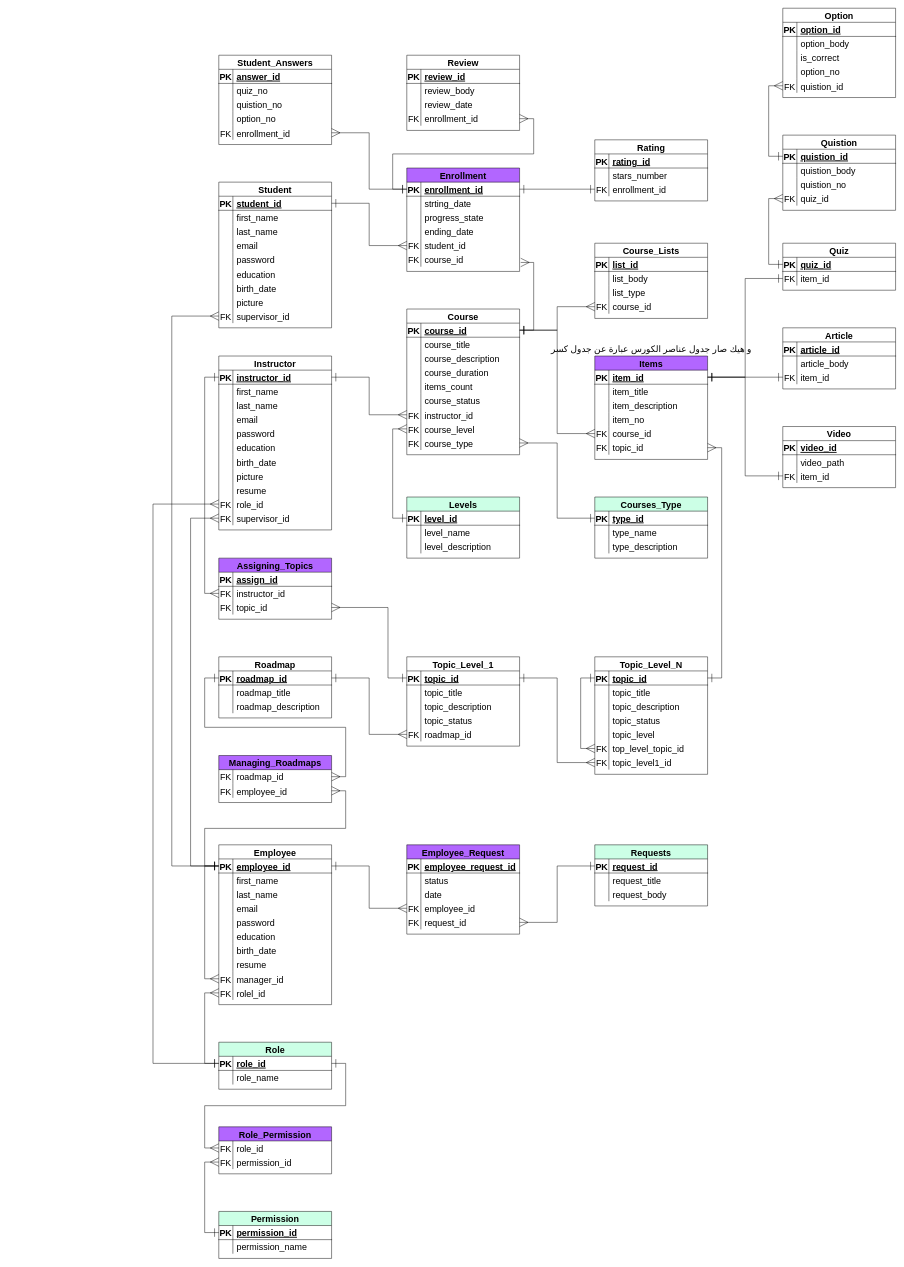
Above: roadmap platform erd.drawio in YAMANX8/UML (draw.io), before the change. Source tidied: cells renumbered, new cells numbered last; positions are measured from the earlier drawing's top-left corner, leaving out a move shared by most shapes. Both pictures are drawn from the tidied source at 47%, with x=0, y=0 at pixel (153, 8).
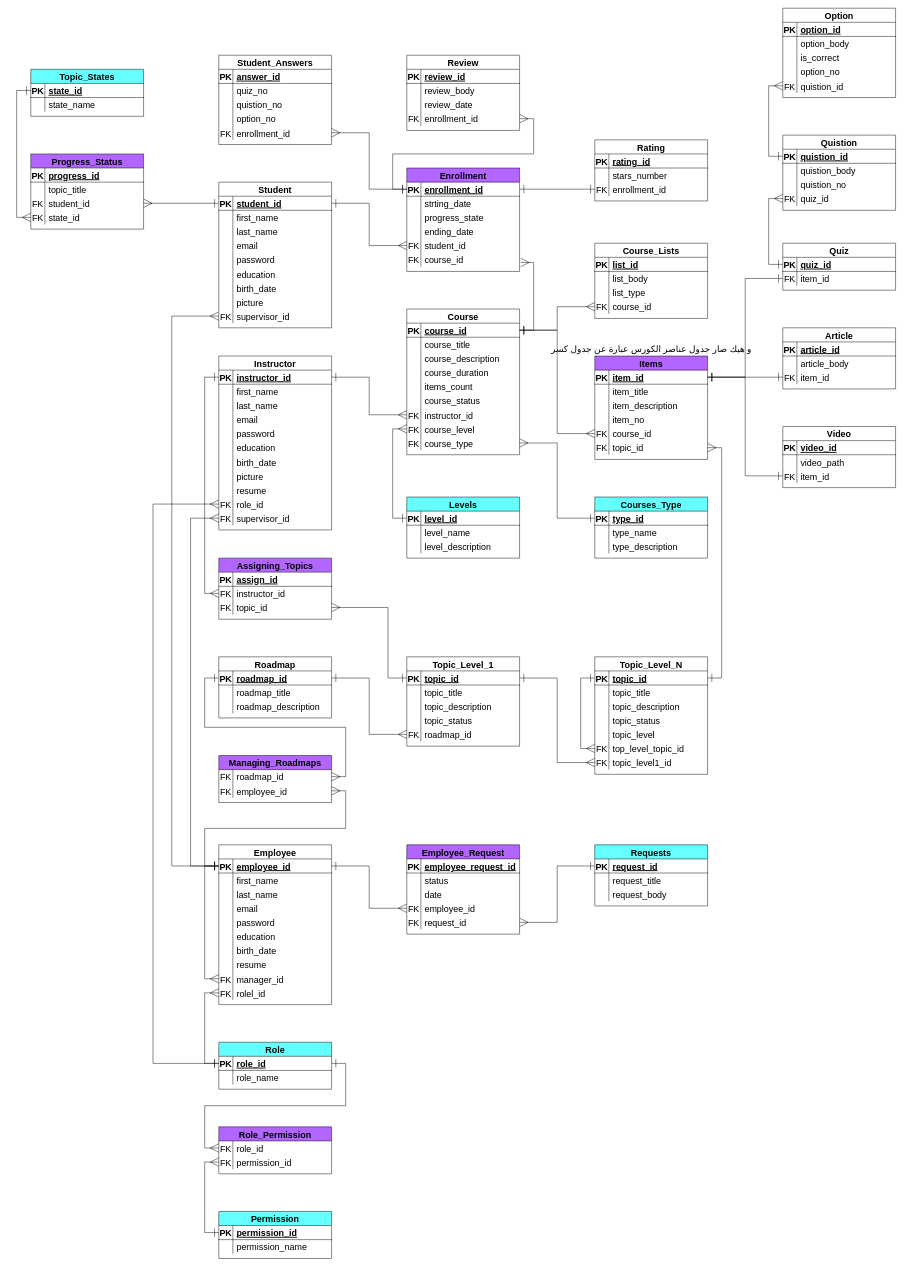
Above is the later version.

Unchanged cells that the change refers to:
```xml
<mxCell id="52" style="shape=partialRectangle;fillColor=none;points=[[0,0.5],[1,0.5]];portConstraint=eastwest;top=0;left=0;right=0;bottom=1;fontSize=19;" parent="51" vertex="1">
  <mxGeometry y="30" width="240" height="30" as="geometry" />
</mxCell>
```

Change to the diagram source:
```diff
@@
-    <mxCell id="123" value="Levels" style="shape=table;startSize=30;childLayout=tableLayout;rowLines=0;fontStyle=1;align=center;fillColor=#CCFFE6;fontSize=19;" parent="1" vertex="1">
+    <mxCell id="123" value="Levels" style="shape=table;startSize=30;childLayout=tableLayout;rowLines=0;fontStyle=1;align=center;fillColor=#66FFFF;fontSize=19;" parent="1" vertex="1">
       <mxGeometry x="540" y="1040" width="240" height="130" as="geometry" />
     </mxCell>
@@
-    <mxCell id="134" value="Courses_Type" style="shape=table;startSize=30;childLayout=tableLayout;rowLines=0;fontStyle=1;align=center;fillColor=#CCFFE6;fontSize=19;" parent="1" vertex="1">
+    <mxCell id="134" value="Courses_Type" style="shape=table;startSize=30;childLayout=tableLayout;rowLines=0;fontStyle=1;align=center;fillColor=#66FFFF;fontSize=19;" parent="1" vertex="1">
       <mxGeometry x="940" y="1040" width="240" height="130" as="geometry" />
     </mxCell>
@@
-    <mxCell id="370" value="Role" style="shape=table;startSize=30;childLayout=tableLayout;rowLines=0;fontStyle=1;align=center;fillColor=#CCFFE6;fontSize=19;" parent="1" vertex="1">
+    <mxCell id="370" value="Role" style="shape=table;startSize=30;childLayout=tableLayout;rowLines=0;fontStyle=1;align=center;fillColor=#66FFFF;fontSize=19;" parent="1" vertex="1">
       <mxGeometry x="140" y="2200" width="240" height="100" as="geometry" />
     </mxCell>
@@
-    <mxCell id="377" value="Permission" style="shape=table;startSize=30;childLayout=tableLayout;rowLines=0;fontStyle=1;align=center;fillColor=#CCFFE6;fontSize=19;" parent="1" vertex="1">
+    <mxCell id="377" value="Permission" style="shape=table;startSize=30;childLayout=tableLayout;rowLines=0;fontStyle=1;align=center;fillColor=#66FFFF;fontSize=19;" parent="1" vertex="1">
       <mxGeometry x="140" y="2560" width="240" height="100" as="geometry" />
     </mxCell>
@@
-    <mxCell id="410" value="Requests" style="shape=table;startSize=30;childLayout=tableLayout;rowLines=0;fontStyle=1;align=center;fillColor=#CCFFE6;fontSize=19;" parent="1" vertex="1">
+    <mxCell id="410" value="Requests" style="shape=table;startSize=30;childLayout=tableLayout;rowLines=0;fontStyle=1;align=center;fillColor=#66FFFF;fontSize=19;" parent="1" vertex="1">
       <mxGeometry x="940" y="1780" width="240" height="130" as="geometry" />
     </mxCell>
@@
+    <mxCell id="434" value="Progress_Status" style="shape=table;startSize=30;childLayout=tableLayout;rowLines=0;fontStyle=1;align=center;fontSize=19;fillColor=#b266ff;" parent="1" vertex="1">
+      <mxGeometry x="-260" y="310" width="240" height="160" as="geometry" />
+    </mxCell>
+    <mxCell id="435" style="shape=partialRectangle;fillColor=none;top=0;left=0;right=0;bottom=1;fontSize=19;" parent="434" vertex="1">
+      <mxGeometry y="30" width="240" height="30" as="geometry" />
+    </mxCell>
+    <mxCell id="436" value="PK" style="shape=partialRectangle;overflow=hidden;fillColor=none;top=0;left=0;bottom=0;right=0;fontStyle=1;fontSize=19;" parent="435" vertex="1">
+      <mxGeometry width="30" height="30" as="geometry" />
+    </mxCell>
+    <mxCell id="437" value="progress_id" style="shape=partialRectangle;overflow=hidden;fillColor=none;top=0;left=0;bottom=0;right=0;align=left;spacingLeft=6;fontStyle=5;fontSize=19;" parent="435" vertex="1">
+      <mxGeometry x="30" width="210" height="30" as="geometry" />
+    </mxCell>
+    <mxCell id="438" style="shape=partialRectangle;fillColor=none;top=0;left=0;right=0;bottom=0;fontSize=19;" parent="434" vertex="1">
+      <mxGeometry y="60" width="240" height="30" as="geometry" />
+    </mxCell>
+    <mxCell id="439" style="shape=partialRectangle;overflow=hidden;fillColor=none;top=0;left=0;bottom=0;right=0;fontSize=19;" parent="438" vertex="1">
+      <mxGeometry width="30" height="30" as="geometry" />
+    </mxCell>
+    <mxCell id="440" value="topic_title" style="shape=partialRectangle;overflow=hidden;fillColor=none;top=0;left=0;bottom=0;right=0;align=left;spacingLeft=6;fontSize=19;" parent="438" vertex="1">
+      <mxGeometry x="30" width="210" height="30" as="geometry" />
+    </mxCell>
+    <mxCell id="441" style="shape=partialRectangle;fillColor=none;points=[[0,0.5],[1,0.5]];portConstraint=eastwest;top=0;left=0;right=0;bottom=0;fontSize=19;" parent="434" vertex="1">
+      <mxGeometry y="90" width="240" height="30" as="geometry" />
+    </mxCell>
+    <mxCell id="442" value="FK" style="shape=partialRectangle;overflow=hidden;fillColor=none;top=0;left=0;bottom=0;right=0;fontSize=19;" parent="441" vertex="1">
+      <mxGeometry width="30" height="30" as="geometry" />
+    </mxCell>
+    <mxCell id="443" value="student_id" style="shape=partialRectangle;overflow=hidden;fillColor=none;top=0;left=0;bottom=0;right=0;align=left;spacingLeft=6;fontSize=19;" parent="441" vertex="1">
+      <mxGeometry x="30" width="210" height="30" as="geometry" />
+    </mxCell>
+    <mxCell id="444" style="shape=partialRectangle;fillColor=none;points=[[0,0.5],[1,0.5]];portConstraint=eastwest;top=0;left=0;right=0;bottom=0;fontSize=19;" parent="434" vertex="1">
+      <mxGeometry y="120" width="240" height="30" as="geometry" />
+    </mxCell>
+    <mxCell id="445" value="FK" style="shape=partialRectangle;overflow=hidden;fillColor=none;top=0;left=0;bottom=0;right=0;fontSize=19;" parent="444" vertex="1">
+      <mxGeometry width="30" height="30" as="geometry" />
+    </mxCell>
+    <mxCell id="446" value="state_id" style="shape=partialRectangle;overflow=hidden;fillColor=none;top=0;left=0;bottom=0;right=0;align=left;spacingLeft=6;fontSize=19;" parent="444" vertex="1">
+      <mxGeometry x="30" width="210" height="30" as="geometry" />
+    </mxCell>
+    <mxCell id="447" value="Topic_States" style="shape=table;startSize=30;childLayout=tableLayout;rowLines=0;fontStyle=1;align=center;fontSize=19;fillColor=#66FFFF;" parent="1" vertex="1">
+      <mxGeometry x="-260" y="130" width="240" height="100" as="geometry" />
+    </mxCell>
+    <mxCell id="448" style="shape=partialRectangle;fillColor=none;points=[[0,0.5],[1,0.5]];portConstraint=eastwest;top=0;left=0;right=0;bottom=1;fontSize=19;" parent="447" vertex="1">
+      <mxGeometry y="30" width="240" height="30" as="geometry" />
+    </mxCell>
+    <mxCell id="449" value="PK" style="shape=partialRectangle;overflow=hidden;fillColor=none;top=0;left=0;bottom=0;right=0;fontStyle=1;fontSize=19;" parent="448" vertex="1">
+      <mxGeometry width="30" height="30" as="geometry" />
+    </mxCell>
+    <mxCell id="450" value="state_id" style="shape=partialRectangle;overflow=hidden;fillColor=none;top=0;left=0;bottom=0;right=0;align=left;spacingLeft=6;fontStyle=5;fontSize=19;" parent="448" vertex="1">
+      <mxGeometry x="30" width="210" height="30" as="geometry" />
+    </mxCell>
+    <mxCell id="451" style="shape=partialRectangle;fillColor=none;top=0;left=0;right=0;bottom=0;fontSize=19;" parent="447" vertex="1">
+      <mxGeometry y="60" width="240" height="30" as="geometry" />
+    </mxCell>
+    <mxCell id="452" style="shape=partialRectangle;overflow=hidden;fillColor=none;top=0;left=0;bottom=0;right=0;fontSize=19;" parent="451" vertex="1">
+      <mxGeometry width="30" height="30" as="geometry" />
+    </mxCell>
+    <mxCell id="453" value="state_name" style="shape=partialRectangle;overflow=hidden;fillColor=none;top=0;left=0;bottom=0;right=0;align=left;spacingLeft=6;fontSize=19;" parent="451" vertex="1">
+      <mxGeometry x="30" width="210" height="30" as="geometry" />
+    </mxCell>
+    <mxCell id="454" style="edgeStyle=orthogonalEdgeStyle;shape=connector;rounded=0;jettySize=auto;html=1;exitX=0;exitY=0.5;exitDx=0;exitDy=0;entryX=0;entryY=0.5;entryDx=0;entryDy=0;labelBackgroundColor=default;strokeColor=default;fontFamily=Helvetica;fontSize=19;fontColor=default;startArrow=ERone;startFill=0;endArrow=ERmany;endFill=0;startSize=16;endSize=16;" parent="1" edge="1" source="448" target="444">
+      <mxGeometry relative="1" as="geometry" />
+    </mxCell>
+    <mxCell id="455" style="edgeStyle=orthogonalEdgeStyle;shape=connector;rounded=0;jettySize=auto;html=1;exitX=0;exitY=0.5;exitDx=0;exitDy=0;entryX=1;entryY=0.5;entryDx=0;entryDy=0;labelBackgroundColor=default;strokeColor=default;fontFamily=Helvetica;fontSize=19;fontColor=default;startArrow=ERone;startFill=0;endArrow=ERmany;endFill=0;startSize=16;endSize=16;" parent="1" edge="1" source="52" target="441">
+      <mxGeometry relative="1" as="geometry" />
+    </mxCell>
```
